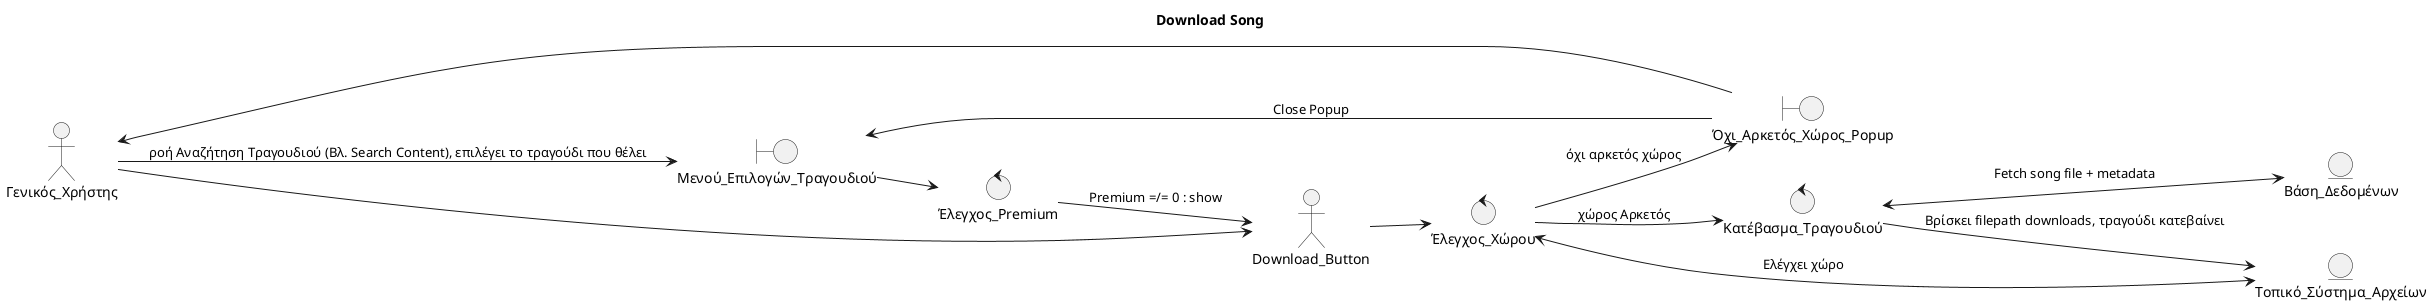
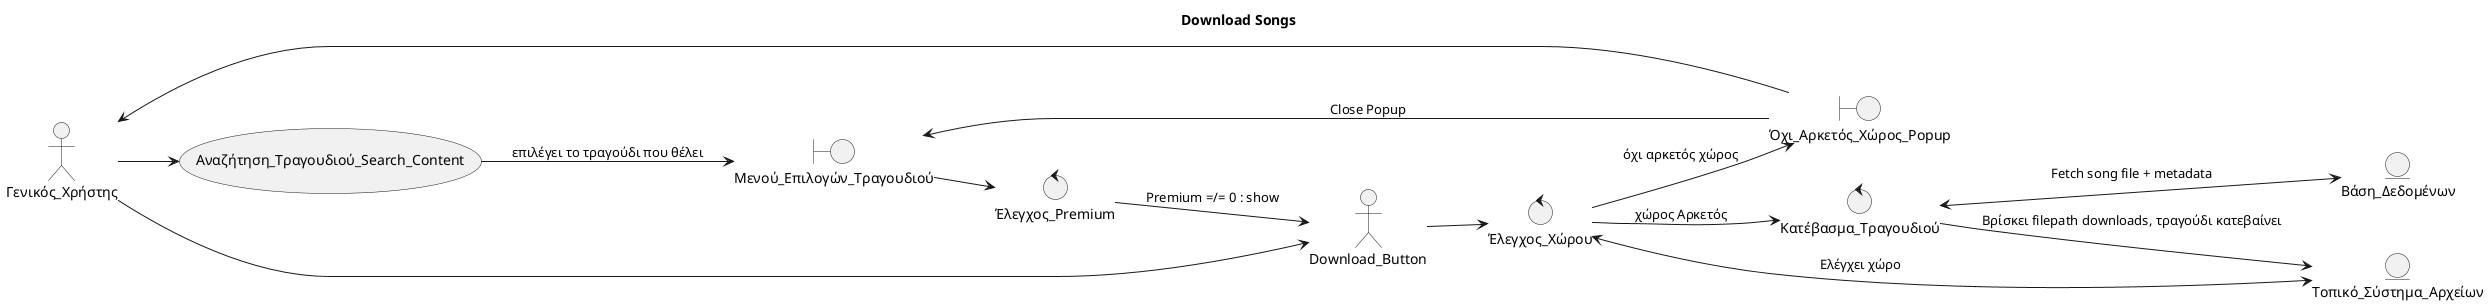
@startuml

- title Download Song
+ title Download Songs

left to right direction

skinparam shadowing false
skinparam roundcorner 10

' =====================================================
' ACTORS
' =====================================================

actor Γενικός_Χρήστης

' =====================================================
' BOUNDARY OBJECTS
' =====================================================


boundary Μενού_Επιλογών_Τραγουδιού
boundary Όχι_Αρκετός_Χώρος_Popup

' =====================================================
' CONTROL OBJECTS
' =====================================================

control Έλεγχος_Premium
control Έλεγχος_Χώρου
control Κατέβασμα_Τραγουδιού


' =====================================================
' ENTITY OBJECTS
' =====================================================

entity Βάση_Δεδομένων
entity Τοπικό_Σύστημα_Αρχείων

' =====================================================
+ ' USE CASES
+ ' =====================================================
+ 
+ usecase Αναζήτηση_Tραγουδιού_Search_Content
+ 
+ 
+ ' =====================================================
' INTERACTIONS
' =====================================================

- Γενικός_Χρήστης --> Μενού_Επιλογών_Τραγουδιού: ροή Αναζήτηση Τραγουδιού (Βλ. Search Content), επιλέγει το τραγούδι που θέλει
+ Γενικός_Χρήστης --> Αναζήτηση_Tραγουδιού_Search_Content
+ Αναζήτηση_Tραγουδιού_Search_Content --> Μενού_Επιλογών_Τραγουδιού: επιλέγει το τραγούδι που θέλει
Μενού_Επιλογών_Τραγουδιού --> Έλεγχος_Premium
Έλεγχος_Premium --> Download_Button : Premium =/= 0 : show
Γενικός_Χρήστης --> Download_Button
Download_Button --> Έλεγχος_Χώρου
Έλεγχος_Χώρου <--> Τοπικό_Σύστημα_Αρχείων : Ελέγχει χώρο
Έλεγχος_Χώρου --> Κατέβασμα_Τραγουδιού : χώρος Αρκετός
Κατέβασμα_Τραγουδιού --> Τοπικό_Σύστημα_Αρχείων : Βρίσκει filepath downloads, τραγούδι κατεβαίνει
Κατέβασμα_Τραγουδιού <--> Βάση_Δεδομένων : Fetch song file + metadata
Έλεγχος_Χώρου --> Όχι_Αρκετός_Χώρος_Popup : όχι αρκετός χώρος
Όχι_Αρκετός_Χώρος_Popup --> Γενικός_Χρήστης
Όχι_Αρκετός_Χώρος_Popup --> Μενού_Επιλογών_Τραγουδιού : Close Popup

@enduml